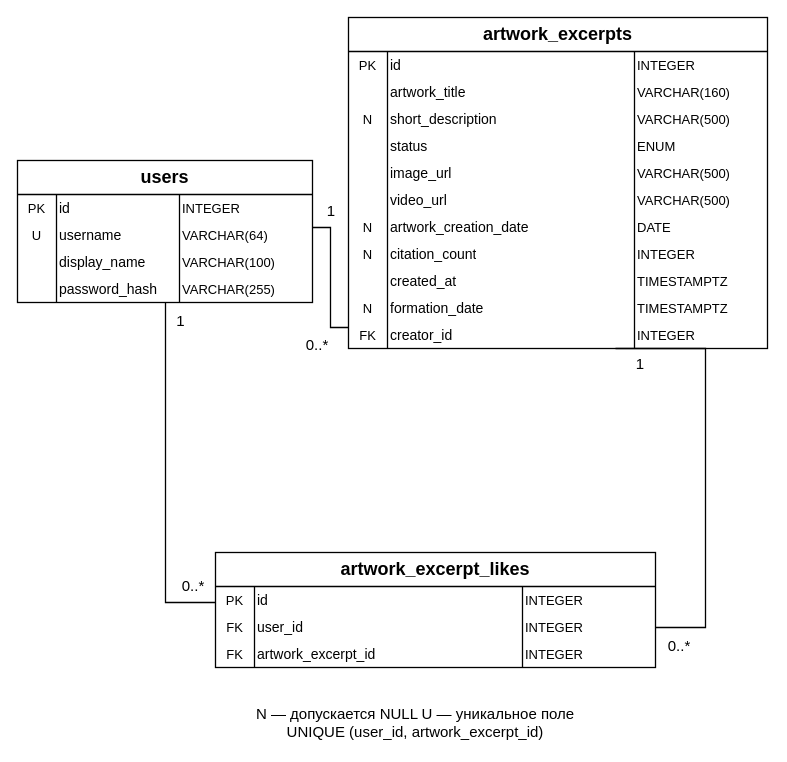
The draw.io diagram page "ER три таблицы" (1 of 3) of documentation/Культурный_след_ЛР4.drawio in GudAlex61/cultural-influence-backend, before the edit. Source tidied: cells renumbered, new cells numbered last; positions are measured from the earlier drawing's top-left corner, leaving out a move shared by most shapes. Both pictures are drawn from the tidied source at 100%, with x=0, y=0 at pixel (17, 17).
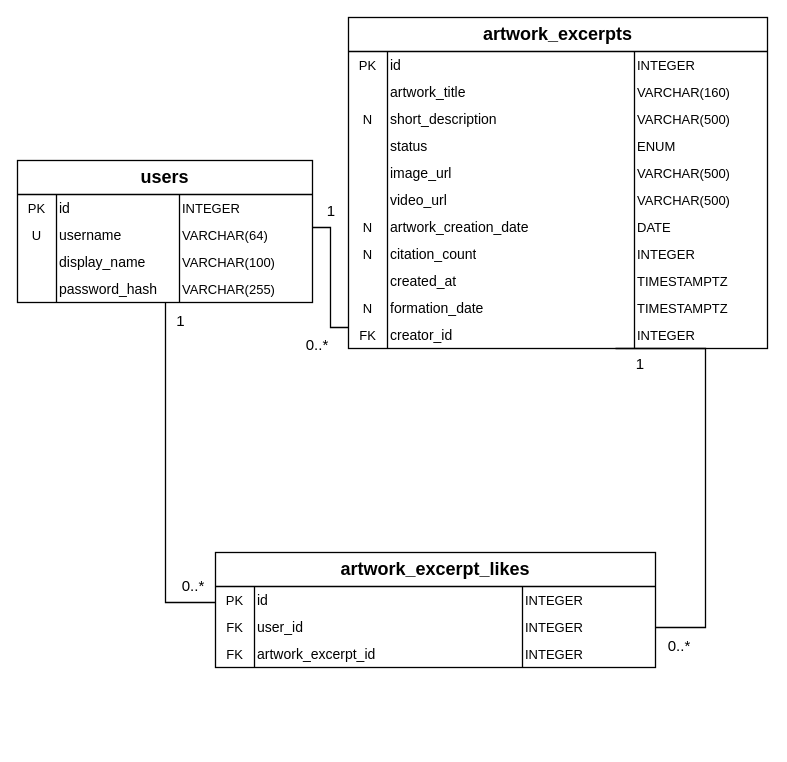
The same diagram, later.

Commit message:
Убрать поясняющую подпись под ER-диаграммой

Diff of the diagram source:
```diff
@@
-    <mxCell id="80" value="N — допускается NULL   U — уникальное поле&#10;UNIQUE (user_id, artwork_excerpt_id)" style="text;html=0;whiteSpace=wrap;overflow=hidden;strokeColor=none;fillColor=none;fontColor=#000000;fontFamily=Arial;fontSize=15;fontStyle=0;align=center;verticalAlign=middle;" parent="1" vertex="1">
-      <mxGeometry x="133" y="682" width="530" height="45" as="geometry" />
-    </mxCell>
```
